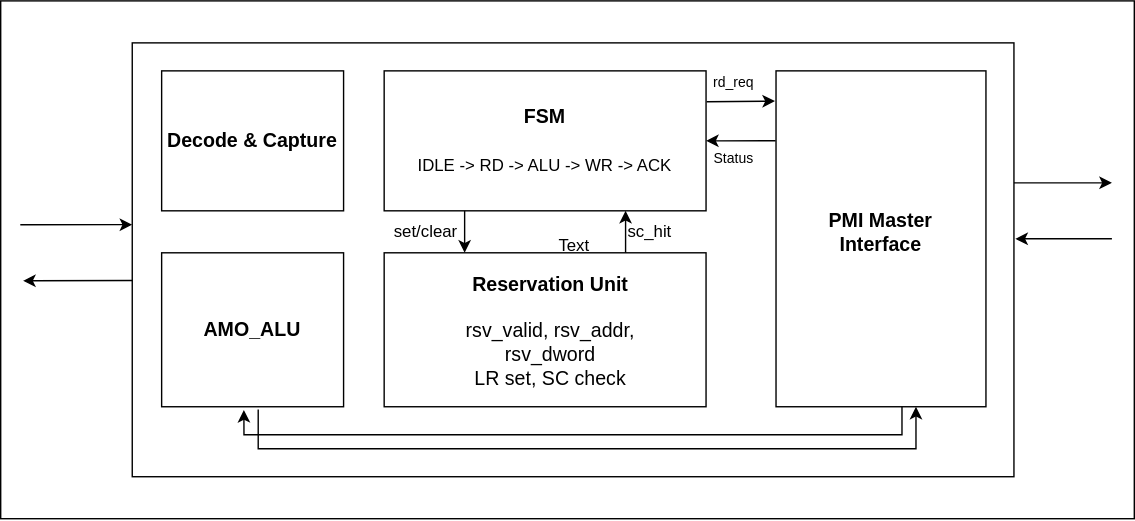
ADN-VLSI/adn_memss keeps this draw.io diagram as document/source/block_diagram.svg. Above is the earlier version. Source tidied: cells renumbered, new cells last; positions are measured from the earlier drawing's top-left corner, leaving out a move shared by most shapes. Its diagram source:
```xml
<mxGraphModel>
  <root>
    <mxCell id="0" />
    <mxCell id="1" parent="0" />
    <mxCell id="2" style="rounded=0;whiteSpace=wrap;html=1;" parent="1" vertex="1">
      <mxGeometry width="810" height="370" as="geometry" />
    </mxCell>
    <mxCell id="3" style="rounded=0;whiteSpace=wrap;html=1;" parent="1" vertex="1">
      <mxGeometry x="94" y="30" width="630" height="310" as="geometry" />
    </mxCell>
    <mxCell id="4" value="&lt;font style=&quot;font-size: 14px;&quot;&gt;&lt;b&gt;Decode &amp;amp; Capture&lt;/b&gt;&lt;/font&gt;" style="rounded=0;whiteSpace=wrap;html=1;" parent="1" vertex="1">
      <mxGeometry x="115" y="50" width="130" height="100" as="geometry" />
    </mxCell>
    <mxCell id="5" value="&lt;b&gt;&lt;font style=&quot;font-size: 14px;&quot;&gt;FSM&lt;/font&gt;&lt;/b&gt;&lt;div&gt;&lt;b&gt;&lt;font style=&quot;font-size: 14px;&quot;&gt;&lt;br&gt;&lt;/font&gt;&lt;/b&gt;&lt;/div&gt;&lt;div&gt;&lt;span style=&quot;color: rgb(0, 0, 0);&quot;&gt;IDLE -&amp;gt; RD -&amp;gt; ALU -&amp;gt; WR -&amp;gt; ACK&lt;/span&gt;&lt;b&gt;&lt;font style=&quot;font-size: 14px;&quot;&gt;&lt;/font&gt;&lt;/b&gt;&lt;/div&gt;" style="rounded=0;whiteSpace=wrap;html=1;" parent="1" vertex="1">
      <mxGeometry x="274" y="50" width="230" height="100" as="geometry" />
    </mxCell>
    <mxCell id="6" style="rounded=0;whiteSpace=wrap;html=1;" parent="1" vertex="1">
      <mxGeometry x="274" y="180" width="230" height="110" as="geometry" />
    </mxCell>
    <mxCell id="7" value="&lt;font style=&quot;font-size: 14px;&quot;&gt;&lt;b&gt;Reservation Unit&lt;/b&gt;&lt;/font&gt;&lt;div&gt;&lt;span style=&quot;font-size: 14px;&quot;&gt;&lt;b&gt;&lt;br&gt;&lt;/b&gt;&lt;/span&gt;&lt;div&gt;&lt;font style=&quot;font-size: 14px;&quot;&gt;rsv_valid, rsv_addr, rsv_dword&lt;/font&gt;&lt;/div&gt;&lt;div&gt;&lt;font style=&quot;font-size: 14px;&quot;&gt;LR set, SC check&lt;br&gt;&lt;/font&gt;&lt;/div&gt;&lt;/div&gt;" style="text;html=1;align=center;verticalAlign=middle;whiteSpace=wrap;rounded=0;" parent="1" vertex="1">
      <mxGeometry x="323" y="221" width="140" height="30" as="geometry" />
    </mxCell>
    <mxCell id="8" style="endArrow=classic;html=1;exitX=0.25;exitY=1;exitDx=0;exitDy=0;entryX=0.25;entryY=0;entryDx=0;entryDy=0;" parent="1" edge="1" source="5" target="6">
      <mxGeometry relative="1" as="geometry" />
    </mxCell>
    <mxCell id="9" style="endArrow=classic;html=1;entryX=0.75;entryY=1;entryDx=0;entryDy=0;exitX=0.75;exitY=0;exitDx=0;exitDy=0;" parent="1" edge="1" source="6" target="5">
      <mxGeometry relative="1" as="geometry" />
    </mxCell>
    <mxCell id="10" value="set/clear" style="text;html=1;align=center;verticalAlign=middle;whiteSpace=wrap;rounded=0;" parent="1" vertex="1">
      <mxGeometry x="274" y="150" width="60" height="30" as="geometry" />
    </mxCell>
    <mxCell id="11" value="sc_hit" style="text;html=1;align=center;verticalAlign=middle;whiteSpace=wrap;rounded=0;" parent="1" vertex="1">
      <mxGeometry x="434" y="150" width="60" height="30" as="geometry" />
    </mxCell>
    <mxCell id="12" value="&lt;font style=&quot;font-size: 14px;&quot;&gt;&lt;b&gt;AMO_ALU&lt;/b&gt;&lt;/font&gt;" style="rounded=0;whiteSpace=wrap;html=1;" parent="1" vertex="1">
      <mxGeometry x="115" y="180" width="130" height="110" as="geometry" />
    </mxCell>
    <mxCell id="13" style="rounded=0;whiteSpace=wrap;html=1;" parent="1" vertex="1">
      <mxGeometry x="554" y="50" width="150" height="240" as="geometry" />
    </mxCell>
    <mxCell id="14" value="&lt;font style=&quot;font-size: 14px;&quot;&gt;&lt;b&gt;PMI Master Interface&lt;/b&gt;&lt;/font&gt;" style="text;html=1;align=center;verticalAlign=middle;whiteSpace=wrap;rounded=0;" parent="1" vertex="1">
      <mxGeometry x="564" y="150" width="130" height="30" as="geometry" />
    </mxCell>
    <mxCell id="15" style="endArrow=classic;html=1;entryX=0;entryY=0.419;entryDx=0;entryDy=0;entryPerimeter=0;" parent="1" edge="1" target="3">
      <mxGeometry relative="1" as="geometry">
        <mxPoint x="14" y="160" as="sourcePoint" />
      </mxGeometry>
    </mxCell>
    <mxCell id="16" style="endArrow=classic;html=1;exitX=-0.003;exitY=0.554;exitDx=0;exitDy=0;exitPerimeter=0;" parent="1" edge="1">
      <mxGeometry relative="1" as="geometry">
        <mxPoint x="94.1" y="199.7" as="sourcePoint" />
        <mxPoint x="16" y="200" as="targetPoint" />
      </mxGeometry>
    </mxCell>
    <mxCell id="17" style="endArrow=classic;html=1;entryX=-0.005;entryY=0.09;entryDx=0;entryDy=0;entryPerimeter=0;exitX=1.002;exitY=0.221;exitDx=0;exitDy=0;exitPerimeter=0;" parent="1" edge="1" source="5" target="13">
      <mxGeometry relative="1" as="geometry" />
    </mxCell>
    <mxCell id="18" style="endArrow=classic;html=1;entryX=1;entryY=0.5;entryDx=0;entryDy=0;exitX=-0.002;exitY=0.208;exitDx=0;exitDy=0;exitPerimeter=0;" parent="1" edge="1" source="13" target="5">
      <mxGeometry relative="1" as="geometry" />
    </mxCell>
    <mxCell id="19" value="&lt;font style=&quot;font-size: 10px;&quot;&gt;rd_req&lt;/font&gt;" style="text;html=1;align=center;verticalAlign=middle;whiteSpace=wrap;rounded=0;" parent="1" vertex="1">
      <mxGeometry x="494" y="43" width="60" height="30" as="geometry" />
    </mxCell>
    <mxCell id="20" value="&lt;font style=&quot;font-size: 10px;&quot;&gt;Status&lt;/font&gt;" style="text;html=1;align=center;verticalAlign=middle;whiteSpace=wrap;rounded=0;" parent="1" vertex="1">
      <mxGeometry x="494" y="97" width="60" height="30" as="geometry" />
    </mxCell>
    <mxCell id="21" style="endArrow=classic;html=1;entryX=0.452;entryY=1.021;entryDx=0;entryDy=0;entryPerimeter=0;edgeStyle=orthogonalEdgeStyle;rounded=0;curved=0;exitX=0.6;exitY=1;exitDx=0;exitDy=0;exitPerimeter=0;" parent="1" edge="1" source="13" target="12">
      <mxGeometry relative="1" as="geometry">
        <Array as="points">
          <mxPoint x="644" y="310" />
          <mxPoint x="174" y="310" />
        </Array>
      </mxGeometry>
    </mxCell>
    <mxCell id="22" style="endArrow=classic;html=1;entryX=0.452;entryY=1.021;entryDx=0;entryDy=0;entryPerimeter=0;edgeStyle=orthogonalEdgeStyle;rounded=0;curved=0;exitX=0.625;exitY=1;exitDx=0;exitDy=0;exitPerimeter=0;" parent="1" edge="1">
      <mxGeometry relative="1" as="geometry">
        <mxPoint x="184" y="292" as="sourcePoint" />
        <mxPoint x="654" y="290" as="targetPoint" />
        <Array as="points">
          <mxPoint x="184" y="320" />
          <mxPoint x="654" y="320" />
        </Array>
      </mxGeometry>
    </mxCell>
    <mxCell id="23" style="endArrow=classic;html=1;" parent="1" edge="1">
      <mxGeometry relative="1" as="geometry">
        <mxPoint x="724" y="130" as="sourcePoint" />
        <mxPoint x="794" y="130" as="targetPoint" />
      </mxGeometry>
    </mxCell>
    <mxCell id="24" style="endArrow=classic;html=1;" parent="1" edge="1">
      <mxGeometry relative="1" as="geometry">
        <mxPoint x="794" y="170" as="sourcePoint" />
        <mxPoint x="725" y="170" as="targetPoint" />
      </mxGeometry>
    </mxCell>
    <mxCell id="25" value="Text" style="text;html=1;align=center;verticalAlign=middle;whiteSpace=wrap;rounded=0;" parent="1" vertex="1">
      <mxGeometry x="380" y="160" width="60" height="30" as="geometry" />
    </mxCell>
  </root>
</mxGraphModel>
```
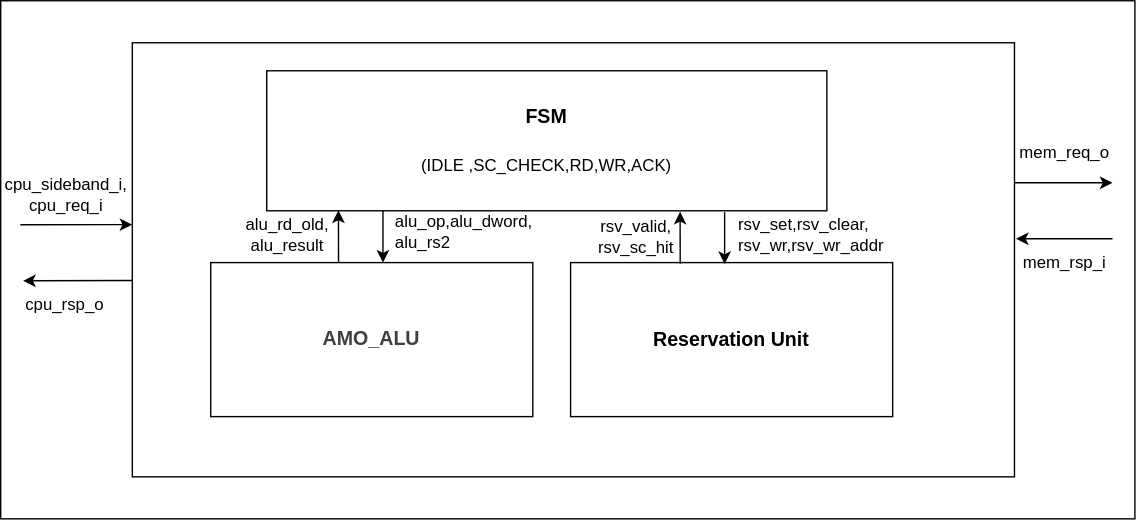
The same diagram one commit later.

Commit message:
updated the block diagram 	modified:   document/source/block_diagram.svg

The edit, as a diff of the source:
```diff
@@ -2,100 +2,97 @@
   <root>
     <mxCell id="0" />
     <mxCell id="1" parent="0" />
-    <mxCell id="2" style="rounded=0;whiteSpace=wrap;html=1;" parent="1" vertex="1">
-      <mxGeometry width="810" height="370" as="geometry" />
-    </mxCell>
-    <mxCell id="3" style="rounded=0;whiteSpace=wrap;html=1;" parent="1" vertex="1">
-      <mxGeometry x="94" y="30" width="630" height="310" as="geometry" />
-    </mxCell>
-    <mxCell id="4" value="&lt;font style=&quot;font-size: 14px;&quot;&gt;&lt;b&gt;Decode &amp;amp; Capture&lt;/b&gt;&lt;/font&gt;" style="rounded=0;whiteSpace=wrap;html=1;" parent="1" vertex="1">
-      <mxGeometry x="115" y="50" width="130" height="100" as="geometry" />
-    </mxCell>
-    <mxCell id="5" value="&lt;b&gt;&lt;font style=&quot;font-size: 14px;&quot;&gt;FSM&lt;/font&gt;&lt;/b&gt;&lt;div&gt;&lt;b&gt;&lt;font style=&quot;font-size: 14px;&quot;&gt;&lt;br&gt;&lt;/font&gt;&lt;/b&gt;&lt;/div&gt;&lt;div&gt;&lt;span style=&quot;color: rgb(0, 0, 0);&quot;&gt;IDLE -&amp;gt; RD -&amp;gt; ALU -&amp;gt; WR -&amp;gt; ACK&lt;/span&gt;&lt;b&gt;&lt;font style=&quot;font-size: 14px;&quot;&gt;&lt;/font&gt;&lt;/b&gt;&lt;/div&gt;" style="rounded=0;whiteSpace=wrap;html=1;" parent="1" vertex="1">
-      <mxGeometry x="274" y="50" width="230" height="100" as="geometry" />
-    </mxCell>
-    <mxCell id="6" style="rounded=0;whiteSpace=wrap;html=1;" parent="1" vertex="1">
-      <mxGeometry x="274" y="180" width="230" height="110" as="geometry" />
-    </mxCell>
-    <mxCell id="7" value="&lt;font style=&quot;font-size: 14px;&quot;&gt;&lt;b&gt;Reservation Unit&lt;/b&gt;&lt;/font&gt;&lt;div&gt;&lt;span style=&quot;font-size: 14px;&quot;&gt;&lt;b&gt;&lt;br&gt;&lt;/b&gt;&lt;/span&gt;&lt;div&gt;&lt;font style=&quot;font-size: 14px;&quot;&gt;rsv_valid, rsv_addr, rsv_dword&lt;/font&gt;&lt;/div&gt;&lt;div&gt;&lt;font style=&quot;font-size: 14px;&quot;&gt;LR set, SC check&lt;br&gt;&lt;/font&gt;&lt;/div&gt;&lt;/div&gt;" style="text;html=1;align=center;verticalAlign=middle;whiteSpace=wrap;rounded=0;" parent="1" vertex="1">
-      <mxGeometry x="323" y="221" width="140" height="30" as="geometry" />
-    </mxCell>
-    <mxCell id="8" style="endArrow=classic;html=1;exitX=0.25;exitY=1;exitDx=0;exitDy=0;entryX=0.25;entryY=0;entryDx=0;entryDy=0;" parent="1" edge="1" source="5" target="6">
-      <mxGeometry relative="1" as="geometry" />
-    </mxCell>
-    <mxCell id="9" style="endArrow=classic;html=1;entryX=0.75;entryY=1;entryDx=0;entryDy=0;exitX=0.75;exitY=0;exitDx=0;exitDy=0;" parent="1" edge="1" source="6" target="5">
-      <mxGeometry relative="1" as="geometry" />
-    </mxCell>
-    <mxCell id="10" value="set/clear" style="text;html=1;align=center;verticalAlign=middle;whiteSpace=wrap;rounded=0;" parent="1" vertex="1">
-      <mxGeometry x="274" y="150" width="60" height="30" as="geometry" />
-    </mxCell>
-    <mxCell id="11" value="sc_hit" style="text;html=1;align=center;verticalAlign=middle;whiteSpace=wrap;rounded=0;" parent="1" vertex="1">
-      <mxGeometry x="434" y="150" width="60" height="30" as="geometry" />
-    </mxCell>
+    <mxCell id="26" style="rounded=0;whiteSpace=wrap;html=1;" parent="1" vertex="1">
+      <mxGeometry x="-120" y="-46" width="810" height="370" as="geometry" />
+    </mxCell>
+    <mxCell id="27" style="rounded=0;whiteSpace=wrap;html=1;" parent="1" vertex="1">
+      <mxGeometry x="-26" y="-16" width="630" height="310" as="geometry" />
+    </mxCell>
+    <mxCell id="28" value="&lt;b&gt;&lt;font style=&quot;font-size: 14px;&quot;&gt;FSM&lt;/font&gt;&lt;/b&gt;&lt;div&gt;&lt;b&gt;&lt;font style=&quot;font-size: 14px;&quot;&gt;&lt;br&gt;&lt;/font&gt;&lt;/b&gt;&lt;/div&gt;&lt;div&gt;&lt;span style=&quot;color: rgb(0, 0, 0);&quot;&gt;(IDLE ,SC_CHECK,RD,WR,ACK)&lt;/span&gt;&lt;b&gt;&lt;font style=&quot;font-size: 14px;&quot;&gt;&lt;/font&gt;&lt;/b&gt;&lt;/div&gt;" style="rounded=0;whiteSpace=wrap;html=1;" parent="1" vertex="1">
+      <mxGeometry x="70" y="4" width="400" height="100" as="geometry" />
+    </mxCell>
+    <mxCell id="29" style="rounded=0;whiteSpace=wrap;html=1;" parent="1" vertex="1">
+      <mxGeometry x="287" y="141" width="230" height="110" as="geometry" />
+    </mxCell>
+    <mxCell id="30" value="&lt;font style=&quot;font-size: 14px;&quot;&gt;&lt;b&gt;Reservation Unit&lt;/b&gt;&lt;/font&gt;" style="text;html=1;align=center;verticalAlign=middle;whiteSpace=wrap;rounded=0;" parent="1" vertex="1">
+      <mxGeometry x="332" y="181" width="140" height="30" as="geometry" />
+    </mxCell>
+    <mxCell id="31" style="endArrow=classic;html=1;entryX=0;entryY=0.419;entryDx=0;entryDy=0;entryPerimeter=0;" parent="1" edge="1" target="27">
+      <mxGeometry relative="1" as="geometry">
+        <mxPoint x="-106" y="114" as="sourcePoint" />
+      </mxGeometry>
+    </mxCell>
+    <mxCell id="32" style="endArrow=classic;html=1;exitX=-0.003;exitY=0.554;exitDx=0;exitDy=0;exitPerimeter=0;" parent="1" edge="1">
+      <mxGeometry relative="1" as="geometry">
+        <mxPoint x="-25.9" y="153.7" as="sourcePoint" />
+        <mxPoint x="-104" y="154" as="targetPoint" />
+      </mxGeometry>
+    </mxCell>
+    <mxCell id="33" style="endArrow=classic;html=1;" parent="1" edge="1">
+      <mxGeometry relative="1" as="geometry">
+        <mxPoint x="604" y="84" as="sourcePoint" />
+        <mxPoint x="674" y="84" as="targetPoint" />
+      </mxGeometry>
+    </mxCell>
+    <mxCell id="34" style="endArrow=classic;html=1;" parent="1" edge="1">
+      <mxGeometry relative="1" as="geometry">
+        <mxPoint x="674" y="124" as="sourcePoint" />
+        <mxPoint x="605" y="124" as="targetPoint" />
+      </mxGeometry>
+    </mxCell>
+    <mxCell id="35" style="rounded=0;whiteSpace=wrap;html=1;" parent="1" vertex="1">
+      <mxGeometry x="30" y="141" width="230" height="110" as="geometry" />
+    </mxCell>
-    <mxCell id="12" value="&lt;font style=&quot;font-size: 14px;&quot;&gt;&lt;b&gt;AMO_ALU&lt;/b&gt;&lt;/font&gt;" style="rounded=0;whiteSpace=wrap;html=1;" parent="1" vertex="1">
-      <mxGeometry x="115" y="180" width="130" height="110" as="geometry" />
+    <mxCell id="12" value="&lt;b style=&quot;color: rgb(63, 63, 63); scrollbar-color: rgb(226, 226, 226) rgb(251, 251, 251); font-size: 14px;&quot;&gt;AMO_ALU&lt;/b&gt;" style="text;html=1;align=center;verticalAlign=middle;whiteSpace=wrap;rounded=0;" parent="1" vertex="1">
+      <mxGeometry x="115" y="180" width="60" height="30" as="geometry" />
     </mxCell>
-    <mxCell id="13" style="rounded=0;whiteSpace=wrap;html=1;" parent="1" vertex="1">
-      <mxGeometry x="554" y="50" width="150" height="240" as="geometry" />
-    </mxCell>
-    <mxCell id="14" value="&lt;font style=&quot;font-size: 14px;&quot;&gt;&lt;b&gt;PMI Master Interface&lt;/b&gt;&lt;/font&gt;" style="text;html=1;align=center;verticalAlign=middle;whiteSpace=wrap;rounded=0;" parent="1" vertex="1">
-      <mxGeometry x="564" y="150" width="130" height="30" as="geometry" />
-    </mxCell>
-    <mxCell id="15" style="endArrow=classic;html=1;entryX=0;entryY=0.419;entryDx=0;entryDy=0;entryPerimeter=0;" parent="1" edge="1" target="3">
-      <mxGeometry relative="1" as="geometry">
-        <mxPoint x="14" y="160" as="sourcePoint" />
-      </mxGeometry>
-    </mxCell>
-    <mxCell id="16" style="endArrow=classic;html=1;exitX=-0.003;exitY=0.554;exitDx=0;exitDy=0;exitPerimeter=0;" parent="1" edge="1">
-      <mxGeometry relative="1" as="geometry">
-        <mxPoint x="94.1" y="199.7" as="sourcePoint" />
-        <mxPoint x="16" y="200" as="targetPoint" />
-      </mxGeometry>
-    </mxCell>
-    <mxCell id="17" style="endArrow=classic;html=1;entryX=-0.005;entryY=0.09;entryDx=0;entryDy=0;entryPerimeter=0;exitX=1.002;exitY=0.221;exitDx=0;exitDy=0;exitPerimeter=0;" parent="1" edge="1" source="5" target="13">
-      <mxGeometry relative="1" as="geometry" />
-    </mxCell>
-    <mxCell id="18" style="endArrow=classic;html=1;entryX=1;entryY=0.5;entryDx=0;entryDy=0;exitX=-0.002;exitY=0.208;exitDx=0;exitDy=0;exitPerimeter=0;" parent="1" edge="1" source="13" target="5">
-      <mxGeometry relative="1" as="geometry" />
-    </mxCell>
-    <mxCell id="19" value="&lt;font style=&quot;font-size: 10px;&quot;&gt;rd_req&lt;/font&gt;" style="text;html=1;align=center;verticalAlign=middle;whiteSpace=wrap;rounded=0;" parent="1" vertex="1">
-      <mxGeometry x="494" y="43" width="60" height="30" as="geometry" />
-    </mxCell>
-    <mxCell id="20" value="&lt;font style=&quot;font-size: 10px;&quot;&gt;Status&lt;/font&gt;" style="text;html=1;align=center;verticalAlign=middle;whiteSpace=wrap;rounded=0;" parent="1" vertex="1">
-      <mxGeometry x="494" y="97" width="60" height="30" as="geometry" />
-    </mxCell>
-    <mxCell id="21" style="endArrow=classic;html=1;entryX=0.452;entryY=1.021;entryDx=0;entryDy=0;entryPerimeter=0;edgeStyle=orthogonalEdgeStyle;rounded=0;curved=0;exitX=0.6;exitY=1;exitDx=0;exitDy=0;exitPerimeter=0;" parent="1" edge="1" source="13" target="12">
-      <mxGeometry relative="1" as="geometry">
-        <Array as="points">
-          <mxPoint x="644" y="310" />
-          <mxPoint x="174" y="310" />
-        </Array>
-      </mxGeometry>
-    </mxCell>
-    <mxCell id="22" style="endArrow=classic;html=1;entryX=0.452;entryY=1.021;entryDx=0;entryDy=0;entryPerimeter=0;edgeStyle=orthogonalEdgeStyle;rounded=0;curved=0;exitX=0.625;exitY=1;exitDx=0;exitDy=0;exitPerimeter=0;" parent="1" edge="1">
-      <mxGeometry relative="1" as="geometry">
-        <mxPoint x="184" y="292" as="sourcePoint" />
-        <mxPoint x="654" y="290" as="targetPoint" />
-        <Array as="points">
-          <mxPoint x="184" y="320" />
-          <mxPoint x="654" y="320" />
-        </Array>
-      </mxGeometry>
-    </mxCell>
-    <mxCell id="23" style="endArrow=classic;html=1;" parent="1" edge="1">
-      <mxGeometry relative="1" as="geometry">
-        <mxPoint x="724" y="130" as="sourcePoint" />
-        <mxPoint x="794" y="130" as="targetPoint" />
-      </mxGeometry>
-    </mxCell>
-    <mxCell id="24" style="endArrow=classic;html=1;" parent="1" edge="1">
-      <mxGeometry relative="1" as="geometry">
-        <mxPoint x="794" y="170" as="sourcePoint" />
-        <mxPoint x="725" y="170" as="targetPoint" />
-      </mxGeometry>
-    </mxCell>
-    <mxCell id="25" value="Text" style="text;html=1;align=center;verticalAlign=middle;whiteSpace=wrap;rounded=0;" parent="1" vertex="1">
-      <mxGeometry x="380" y="160" width="60" height="30" as="geometry" />
-    </mxCell>
+    <mxCell id="36" style="endArrow=classic;html=1;entryX=0.093;entryY=0.997;entryDx=0;entryDy=0;entryPerimeter=0;exitX=0.336;exitY=-0.001;exitDx=0;exitDy=0;exitPerimeter=0;" parent="1" edge="1">
+      <mxGeometry relative="1" as="geometry">
+        <mxPoint x="121.3" y="140.9" as="sourcePoint" />
+        <mxPoint x="121.2" y="103.7" as="targetPoint" />
+      </mxGeometry>
+    </mxCell>
+    <mxCell id="37" style="endArrow=classic;html=1;entryX=0.093;entryY=0.997;entryDx=0;entryDy=0;entryPerimeter=0;exitX=0.336;exitY=-0.001;exitDx=0;exitDy=0;exitPerimeter=0;" parent="1" edge="1">
+      <mxGeometry relative="1" as="geometry">
+        <mxPoint x="153" y="104" as="sourcePoint" />
+        <mxPoint x="153" y="141" as="targetPoint" />
+      </mxGeometry>
+    </mxCell>
+    <mxCell id="38" style="endArrow=classic;html=1;entryX=0.093;entryY=0.997;entryDx=0;entryDy=0;entryPerimeter=0;exitX=0.336;exitY=-0.001;exitDx=0;exitDy=0;exitPerimeter=0;" parent="1" edge="1">
+      <mxGeometry relative="1" as="geometry">
+        <mxPoint x="365.3" y="141.9" as="sourcePoint" />
+        <mxPoint x="365.2" y="104.7" as="targetPoint" />
+      </mxGeometry>
+    </mxCell>
+    <mxCell id="39" style="endArrow=classic;html=1;entryX=0.093;entryY=0.997;entryDx=0;entryDy=0;entryPerimeter=0;exitX=0.336;exitY=-0.001;exitDx=0;exitDy=0;exitPerimeter=0;" parent="1" edge="1">
+      <mxGeometry relative="1" as="geometry">
+        <mxPoint x="397" y="105" as="sourcePoint" />
+        <mxPoint x="397" y="142" as="targetPoint" />
+      </mxGeometry>
+    </mxCell>
+    <mxCell id="40" value="cpu_sideband_i, cpu_req_i" style="text;html=1;align=center;verticalAlign=middle;whiteSpace=wrap;rounded=0;" parent="1" vertex="1">
+      <mxGeometry x="-102.5" y="78" width="60" height="30" as="geometry" />
+    </mxCell>
+    <mxCell id="41" value="cpu_rsp_o" style="text;html=1;align=center;verticalAlign=middle;whiteSpace=wrap;rounded=0;" parent="1" vertex="1">
+      <mxGeometry x="-119" y="156" width="90" height="30" as="geometry" />
+    </mxCell>
+    <mxCell id="42" value="mem_req_o" style="text;html=1;align=center;verticalAlign=middle;whiteSpace=wrap;rounded=0;" parent="1" vertex="1">
+      <mxGeometry x="610" y="48" width="60" height="30" as="geometry" />
+    </mxCell>
+    <mxCell id="43" value="mem_rsp_i" style="text;html=1;align=center;verticalAlign=middle;whiteSpace=wrap;rounded=0;" parent="1" vertex="1">
+      <mxGeometry x="610" y="126" width="60" height="30" as="geometry" />
+    </mxCell>
+    <mxCell id="44" value="rsv_valid,&lt;div&gt;rsv_sc_hit&lt;/div&gt;" style="text;html=1;align=center;verticalAlign=middle;whiteSpace=wrap;rounded=0;" parent="1" vertex="1">
+      <mxGeometry x="304" y="108" width="60" height="30" as="geometry" />
+    </mxCell>
+    <mxCell id="45" value="rsv_set,rsv_clear,&lt;div&gt;rsv_wr,rsv_wr_addr&lt;/div&gt;" style="text;html=1;align=left;verticalAlign=middle;whiteSpace=wrap;rounded=0;" parent="1" vertex="1">
+      <mxGeometry x="405" y="106" width="60" height="30" as="geometry" />
+    </mxCell>
+    <mxCell id="46" value="alu_rd_old,&lt;div&gt;alu_result&lt;/div&gt;" style="text;html=1;align=center;verticalAlign=middle;whiteSpace=wrap;rounded=0;" parent="1" vertex="1">
+      <mxGeometry x="55" y="106" width="60" height="30" as="geometry" />
+    </mxCell>
+    <mxCell id="47" value="alu_op,alu_dword,&lt;div&gt;alu_rs2&lt;/div&gt;" style="text;html=1;align=left;verticalAlign=middle;whiteSpace=wrap;rounded=0;" parent="1" vertex="1">
+      <mxGeometry x="160" y="104" width="60" height="30" as="geometry" />
+    </mxCell>
   </root>
 </mxGraphModel>
```
